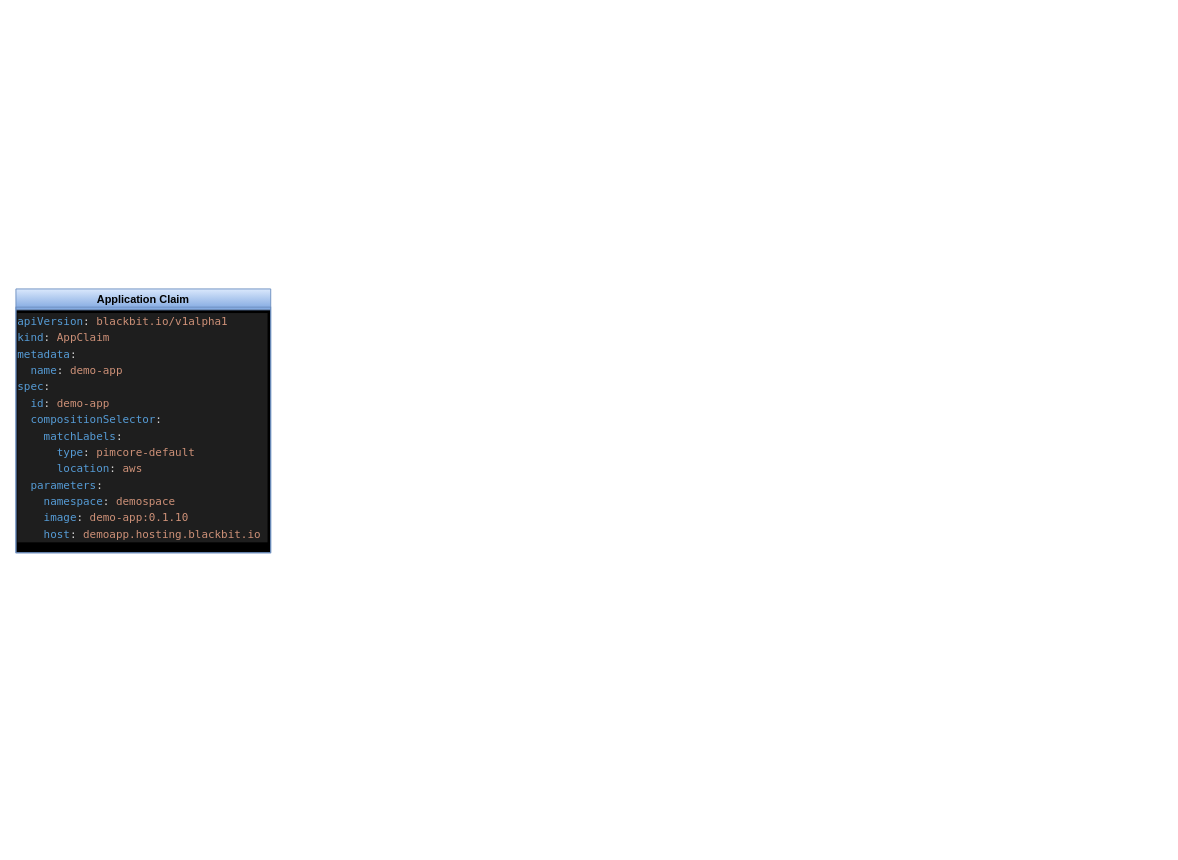
Above: CrossplaneCompositions.drawio in janfuchsmann/k8s-diagrams (draw.io), before the change. Source tidied: cells renumbered, new cells numbered last; positions are measured from the earlier drawing's top-left corner, leaving out a move shared by most shapes. Both pictures are drawn from the tidied source at 91%, with x=0, y=0 at pixel (15, 288).
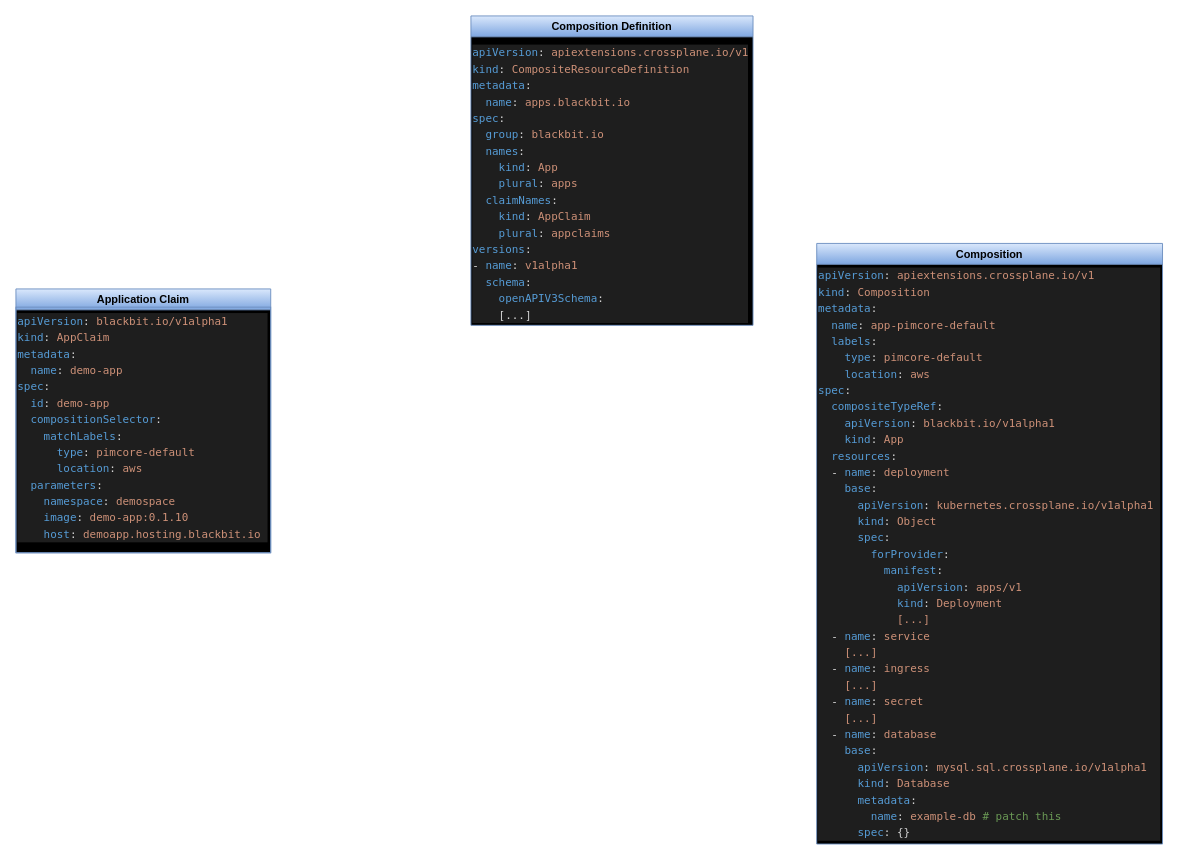
Above is the later version.

The edit, as a diff of the source:
```diff
@@
 <mxGraphModel>
   <root>
     <mxCell id="0" />
     <mxCell id="1" parent="0" />
     <mxCell id="2" value="Application Claim" style="swimlane;fillColor=#dae8fc;gradientColor=#7ea6e0;strokeColor=#6c8ebf;swimlaneFillColor=#000000;" parent="1" vertex="1">
       <mxGeometry width="280" height="290" as="geometry" />
     </mxCell>
     <mxCell id="3" value="&lt;div style=&quot;color: rgb(212, 212, 212); background-color: rgb(30, 30, 30); font-family: Menlo, Monaco, &amp;quot;Courier New&amp;quot;, monospace; font-weight: normal; font-size: 12px; line-height: 18px;&quot;&gt;&lt;div&gt;&lt;span style=&quot;color: #569cd6;&quot;&gt;apiVersion&lt;/span&gt;&lt;span style=&quot;color: #d4d4d4;&quot;&gt;: &lt;/span&gt;&lt;span style=&quot;color: #ce9178;&quot;&gt;blackbit.io/v1alpha1&lt;/span&gt;&lt;/div&gt;&lt;div&gt;&lt;span style=&quot;color: #569cd6;&quot;&gt;kind&lt;/span&gt;&lt;span style=&quot;color: #d4d4d4;&quot;&gt;: &lt;/span&gt;&lt;span style=&quot;color: #ce9178;&quot;&gt;AppClaim&lt;/span&gt;&lt;/div&gt;&lt;div&gt;&lt;span style=&quot;color: #569cd6;&quot;&gt;metadata&lt;/span&gt;&lt;span style=&quot;color: #d4d4d4;&quot;&gt;:&lt;/span&gt;&lt;/div&gt;&lt;div&gt;&lt;span style=&quot;color: #d4d4d4;&quot;&gt;&lt;/span&gt;&lt;span style=&quot;color: #569cd6;&quot;&gt;&amp;nbsp; name&lt;/span&gt;&lt;span style=&quot;color: #d4d4d4;&quot;&gt;: &lt;/span&gt;&lt;span style=&quot;color: #ce9178;&quot;&gt;demo-app&lt;/span&gt;&lt;/div&gt;&lt;div&gt;&lt;span style=&quot;color: #569cd6;&quot;&gt;spec&lt;/span&gt;&lt;span style=&quot;color: #d4d4d4;&quot;&gt;:&lt;/span&gt;&lt;/div&gt;&lt;div&gt;&lt;span style=&quot;color: #d4d4d4;&quot;&gt;&lt;/span&gt;&lt;span style=&quot;color: #569cd6;&quot;&gt;&amp;nbsp; id&lt;/span&gt;&lt;span style=&quot;color: #d4d4d4;&quot;&gt;: &lt;/span&gt;&lt;span style=&quot;color: #ce9178;&quot;&gt;demo-app&lt;/span&gt;&lt;/div&gt;&lt;div&gt;&lt;span style=&quot;color: #d4d4d4;&quot;&gt;&lt;/span&gt;&lt;span style=&quot;color: #569cd6;&quot;&gt;&amp;nbsp; compositionSelector&lt;/span&gt;&lt;span style=&quot;color: #d4d4d4;&quot;&gt;:&lt;/span&gt;&lt;/div&gt;&lt;div&gt;&lt;span style=&quot;color: #d4d4d4;&quot;&gt;&lt;/span&gt;&lt;span style=&quot;color: #569cd6;&quot;&gt;&amp;nbsp; &amp;nbsp; matchLabels&lt;/span&gt;&lt;span style=&quot;color: #d4d4d4;&quot;&gt;:&lt;/span&gt;&lt;/div&gt;&lt;div&gt;&lt;span style=&quot;color: #d4d4d4;&quot;&gt;&lt;/span&gt;&lt;span style=&quot;color: #569cd6;&quot;&gt;&amp;nbsp; &amp;nbsp; &amp;nbsp; type&lt;/span&gt;&lt;span style=&quot;color: #d4d4d4;&quot;&gt;: &lt;/span&gt;&lt;span style=&quot;color: #ce9178;&quot;&gt;pimcore-default&lt;/span&gt;&lt;/div&gt;&lt;div&gt;&lt;span style=&quot;color: #d4d4d4;&quot;&gt;&lt;/span&gt;&lt;span style=&quot;color: #569cd6;&quot;&gt;&amp;nbsp; &amp;nbsp; &amp;nbsp; location&lt;/span&gt;&lt;span style=&quot;color: #d4d4d4;&quot;&gt;: &lt;/span&gt;&lt;span style=&quot;color: #ce9178;&quot;&gt;aws&lt;/span&gt;&lt;/div&gt;&lt;div&gt;&lt;span style=&quot;color: #d4d4d4;&quot;&gt;&lt;/span&gt;&lt;span style=&quot;color: #569cd6;&quot;&gt;&amp;nbsp; parameters&lt;/span&gt;&lt;span style=&quot;color: #d4d4d4;&quot;&gt;:&lt;/span&gt;&lt;/div&gt;&lt;div&gt;&lt;span style=&quot;color: #d4d4d4;&quot;&gt;&lt;/span&gt;&lt;span style=&quot;color: #569cd6;&quot;&gt;&amp;nbsp; &amp;nbsp; namespace&lt;/span&gt;&lt;span style=&quot;color: #d4d4d4;&quot;&gt;: &lt;/span&gt;&lt;span style=&quot;color: #ce9178;&quot;&gt;demospace&lt;/span&gt;&lt;/div&gt;&lt;div&gt;&lt;span style=&quot;color: #d4d4d4;&quot;&gt;&lt;/span&gt;&lt;span style=&quot;color: #569cd6;&quot;&gt;&amp;nbsp; &amp;nbsp; image&lt;/span&gt;&lt;span style=&quot;color: #d4d4d4;&quot;&gt;: &lt;/span&gt;&lt;span style=&quot;color: #ce9178;&quot;&gt;demo-app:0.1.10&lt;/span&gt;&lt;/div&gt;&lt;div&gt;&lt;span style=&quot;color: #d4d4d4;&quot;&gt;&lt;/span&gt;&lt;span style=&quot;color: #569cd6;&quot;&gt;&amp;nbsp; &amp;nbsp; host&lt;/span&gt;&lt;span style=&quot;color: #d4d4d4;&quot;&gt;: &lt;/span&gt;&lt;span style=&quot;color: #ce9178;&quot;&gt;demoapp.hosting.blackbit.io&amp;nbsp;&lt;/span&gt;&lt;/div&gt;&lt;/div&gt;" style="text;whiteSpace=wrap;html=1;fillColor=none;gradientColor=#7ea6e0;strokeColor=#6c8ebf;" parent="2" vertex="1">
       <mxGeometry y="20" width="280" height="270" as="geometry" />
     </mxCell>
+    <mxCell id="4" value="Composition Definition" style="swimlane;fillColor=#dae8fc;gradientColor=#7ea6e0;strokeColor=#6c8ebf;swimlaneFillColor=#000000;" parent="1" vertex="1">
+      <mxGeometry x="500" y="-300" width="310" height="340" as="geometry" />
+    </mxCell>
+    <mxCell id="5" value="&lt;div style=&quot;color: rgb(212, 212, 212); background-color: rgb(30, 30, 30); font-family: Menlo, Monaco, &amp;quot;Courier New&amp;quot;, monospace; font-weight: normal; font-size: 12px; line-height: 18px;&quot;&gt;&lt;div&gt;&lt;span style=&quot;color: #569cd6;&quot;&gt;apiVersion&lt;/span&gt;&lt;span style=&quot;color: #d4d4d4;&quot;&gt;: &lt;/span&gt;&lt;span style=&quot;color: #ce9178;&quot;&gt;apiextensions.crossplane.io/v1&lt;/span&gt;&lt;/div&gt;&lt;div&gt;&lt;span style=&quot;color: #569cd6;&quot;&gt;kind&lt;/span&gt;&lt;span style=&quot;color: #d4d4d4;&quot;&gt;: &lt;/span&gt;&lt;span style=&quot;color: #ce9178;&quot;&gt;CompositeResourceDefinition&lt;/span&gt;&lt;/div&gt;&lt;div&gt;&lt;span style=&quot;color: #569cd6;&quot;&gt;metadata&lt;/span&gt;&lt;span style=&quot;color: #d4d4d4;&quot;&gt;:&lt;/span&gt;&lt;/div&gt;&lt;div&gt;&lt;span style=&quot;color: #d4d4d4;&quot;&gt;&lt;/span&gt;&lt;span style=&quot;color: #569cd6;&quot;&gt;&amp;nbsp; name&lt;/span&gt;&lt;span style=&quot;color: #d4d4d4;&quot;&gt;: &lt;/span&gt;&lt;span style=&quot;color: #ce9178;&quot;&gt;apps.blackbit.io&lt;/span&gt;&lt;/div&gt;&lt;div&gt;&lt;span style=&quot;color: #569cd6;&quot;&gt;spec&lt;/span&gt;&lt;span style=&quot;color: #d4d4d4;&quot;&gt;:&lt;/span&gt;&lt;/div&gt;&lt;div&gt;&lt;span style=&quot;color: #d4d4d4;&quot;&gt;&lt;/span&gt;&lt;span style=&quot;color: #569cd6;&quot;&gt;&amp;nbsp;&amp;nbsp;&lt;/span&gt;&lt;span style=&quot;color: rgb(86, 156, 214);&quot;&gt;group&lt;/span&gt;: &lt;span style=&quot;color: rgb(206, 145, 120);&quot;&gt;blackbit.io&lt;/span&gt;&lt;/div&gt;&lt;div&gt;&lt;span style=&quot;color: #d4d4d4;&quot;&gt;&lt;/span&gt;&lt;span style=&quot;color: #569cd6;&quot;&gt;&amp;nbsp; names&lt;/span&gt;&lt;span style=&quot;color: #d4d4d4;&quot;&gt;:&lt;/span&gt;&lt;/div&gt;&lt;div&gt;&lt;span style=&quot;color: #d4d4d4;&quot;&gt;&lt;/span&gt;&lt;span style=&quot;color: #569cd6;&quot;&gt;&amp;nbsp; &amp;nbsp; kind&lt;/span&gt;&lt;span style=&quot;color: #d4d4d4;&quot;&gt;: &lt;/span&gt;&lt;span style=&quot;color: #ce9178;&quot;&gt;App&lt;/span&gt;&lt;/div&gt;&lt;div&gt;&lt;span style=&quot;color: #d4d4d4;&quot;&gt;&lt;/span&gt;&lt;span style=&quot;color: #569cd6;&quot;&gt;&amp;nbsp; &amp;nbsp; plural&lt;/span&gt;&lt;span style=&quot;color: #d4d4d4;&quot;&gt;: &lt;/span&gt;&lt;span style=&quot;color: #ce9178;&quot;&gt;apps&lt;/span&gt;&lt;/div&gt;&lt;div&gt;&lt;span style=&quot;color: #d4d4d4;&quot;&gt;&lt;/span&gt;&lt;span style=&quot;color: #569cd6;&quot;&gt;&amp;nbsp; claimNames&lt;/span&gt;&lt;span style=&quot;color: #d4d4d4;&quot;&gt;:&lt;/span&gt;&lt;/div&gt;&lt;div&gt;&lt;span style=&quot;color: #d4d4d4;&quot;&gt;&lt;/span&gt;&lt;span style=&quot;color: #569cd6;&quot;&gt;&amp;nbsp; &amp;nbsp; kind&lt;/span&gt;&lt;span style=&quot;color: #d4d4d4;&quot;&gt;: &lt;/span&gt;&lt;span style=&quot;color: #ce9178;&quot;&gt;AppClaim&lt;/span&gt;&lt;/div&gt;&lt;div&gt;&lt;span style=&quot;color: #d4d4d4;&quot;&gt;&lt;/span&gt;&lt;span style=&quot;color: #569cd6;&quot;&gt;&amp;nbsp; &amp;nbsp; plural&lt;/span&gt;&lt;span style=&quot;color: #d4d4d4;&quot;&gt;: &lt;/span&gt;&lt;span style=&quot;color: #ce9178;&quot;&gt;appclaims&lt;/span&gt;&lt;/div&gt;&lt;div&gt;&lt;span style=&quot;color: #d4d4d4;&quot;&gt;  &lt;/span&gt;&lt;span style=&quot;color: #569cd6;&quot;&gt;versions&lt;/span&gt;&lt;span style=&quot;color: #d4d4d4;&quot;&gt;:&lt;/span&gt;&lt;/div&gt;&lt;div&gt;&lt;span style=&quot;color: #d4d4d4;&quot;&gt;  - &lt;/span&gt;&lt;span style=&quot;color: #569cd6;&quot;&gt;name&lt;/span&gt;&lt;span style=&quot;color: #d4d4d4;&quot;&gt;: &lt;/span&gt;&lt;span style=&quot;color: #ce9178;&quot;&gt;v1alpha1&lt;/span&gt;&lt;/div&gt;&lt;div&gt;&lt;span style=&quot;color: rgb(86, 156, 214);&quot;&gt;&amp;nbsp; schema&lt;/span&gt;:&lt;br&gt;&lt;span style=&quot;color: #d4d4d4;&quot;&gt;&lt;/span&gt;&lt;/div&gt;&lt;div&gt;&lt;span style=&quot;color: #d4d4d4;&quot;&gt;&lt;/span&gt;&lt;span style=&quot;color: #569cd6;&quot;&gt;&amp;nbsp; &amp;nbsp; openAPIV3Schema&lt;/span&gt;&lt;span style=&quot;color: #d4d4d4;&quot;&gt;:&lt;/span&gt;&lt;/div&gt;&lt;div&gt;&lt;span style=&quot;color: #d4d4d4;&quot;&gt;&amp;nbsp; &amp;nbsp; [...]&lt;/span&gt;&lt;/div&gt;&lt;/div&gt;" style="text;whiteSpace=wrap;html=1;" parent="4" vertex="1">
+      <mxGeometry y="25" width="310" height="315" as="geometry" />
+    </mxCell>
+    <mxCell id="6" value="Composition" style="swimlane;fillColor=#dae8fc;gradientColor=#7ea6e0;strokeColor=#6c8ebf;swimlaneFillColor=#000000;" parent="1" vertex="1">
+      <mxGeometry x="880" y="-50" width="380" height="660" as="geometry" />
+    </mxCell>
+    <mxCell id="7" value="&lt;div style=&quot;color: rgb(212, 212, 212); background-color: rgb(30, 30, 30); font-family: Menlo, Monaco, &amp;quot;Courier New&amp;quot;, monospace; font-weight: normal; font-size: 12px; line-height: 18px;&quot;&gt;&lt;div&gt;&lt;span style=&quot;color: #569cd6;&quot;&gt;apiVersion&lt;/span&gt;&lt;span style=&quot;color: #d4d4d4;&quot;&gt;: &lt;/span&gt;&lt;span style=&quot;color: #ce9178;&quot;&gt;apiextensions.crossplane.io/v1&lt;/span&gt;&lt;/div&gt;&lt;div&gt;&lt;span style=&quot;color: #569cd6;&quot;&gt;kind&lt;/span&gt;&lt;span style=&quot;color: #d4d4d4;&quot;&gt;: &lt;/span&gt;&lt;span style=&quot;color: #ce9178;&quot;&gt;Composition&lt;/span&gt;&lt;/div&gt;&lt;div&gt;&lt;span style=&quot;color: #569cd6;&quot;&gt;metadata&lt;/span&gt;&lt;span style=&quot;color: #d4d4d4;&quot;&gt;:&lt;/span&gt;&lt;/div&gt;&lt;div&gt;&lt;span style=&quot;color: #d4d4d4;&quot;&gt;&lt;/span&gt;&lt;span style=&quot;color: #569cd6;&quot;&gt;&amp;nbsp; name&lt;/span&gt;&lt;span style=&quot;color: #d4d4d4;&quot;&gt;: &lt;/span&gt;&lt;span style=&quot;color: #ce9178;&quot;&gt;app-pimcore-default&lt;/span&gt;&lt;/div&gt;&lt;div&gt;&lt;span style=&quot;color: #d4d4d4;&quot;&gt;&lt;/span&gt;&lt;span style=&quot;color: #569cd6;&quot;&gt;&amp;nbsp; labels&lt;/span&gt;&lt;span style=&quot;color: #d4d4d4;&quot;&gt;:&lt;/span&gt;&lt;/div&gt;&lt;div&gt;&lt;span style=&quot;color: #d4d4d4;&quot;&gt;&lt;/span&gt;&lt;span style=&quot;color: #569cd6;&quot;&gt;&amp;nbsp; &amp;nbsp; type&lt;/span&gt;&lt;span style=&quot;color: #d4d4d4;&quot;&gt;: &lt;/span&gt;&lt;span style=&quot;color: #ce9178;&quot;&gt;pimcore-default&lt;/span&gt;&lt;/div&gt;&lt;div&gt;&lt;span style=&quot;color: #d4d4d4;&quot;&gt;&lt;/span&gt;&lt;span style=&quot;color: #569cd6;&quot;&gt;&amp;nbsp; &amp;nbsp; location&lt;/span&gt;&lt;span style=&quot;color: #d4d4d4;&quot;&gt;: &lt;/span&gt;&lt;span style=&quot;color: #ce9178;&quot;&gt;aws&lt;/span&gt;&lt;/div&gt;&lt;div&gt;&lt;span style=&quot;color: #569cd6;&quot;&gt;spec&lt;/span&gt;&lt;span style=&quot;color: #d4d4d4;&quot;&gt;:&lt;/span&gt;&lt;/div&gt;&lt;div&gt;&lt;span style=&quot;color: #d4d4d4;&quot;&gt;&lt;/span&gt;&lt;span style=&quot;color: #569cd6;&quot;&gt;&amp;nbsp; compositeTypeRef&lt;/span&gt;&lt;span style=&quot;color: #d4d4d4;&quot;&gt;:&lt;/span&gt;&lt;/div&gt;&lt;div&gt;&lt;span style=&quot;color: #d4d4d4;&quot;&gt;&lt;/span&gt;&lt;span style=&quot;color: #569cd6;&quot;&gt;&amp;nbsp; &amp;nbsp; apiVersion&lt;/span&gt;&lt;span style=&quot;color: #d4d4d4;&quot;&gt;: &lt;/span&gt;&lt;span style=&quot;color: #ce9178;&quot;&gt;blackbit.io/v1alpha1&lt;/span&gt;&lt;/div&gt;&lt;div&gt;&lt;span style=&quot;color: #d4d4d4;&quot;&gt;&lt;/span&gt;&lt;span style=&quot;color: #569cd6;&quot;&gt;&amp;nbsp; &amp;nbsp; kind&lt;/span&gt;&lt;span style=&quot;color: #d4d4d4;&quot;&gt;: &lt;/span&gt;&lt;span style=&quot;color: #ce9178;&quot;&gt;App&lt;/span&gt;&lt;/div&gt;&lt;div&gt;&lt;span style=&quot;color: rgb(86, 156, 214);&quot;&gt;&amp;nbsp; resources&lt;/span&gt;:&lt;br&gt;&lt;/div&gt;&lt;div&gt;&lt;span style=&quot;color: #d4d4d4;&quot;&gt;&amp;nbsp; - &lt;/span&gt;&lt;span style=&quot;color: #569cd6;&quot;&gt;name&lt;/span&gt;&lt;span style=&quot;color: #d4d4d4;&quot;&gt;: &lt;/span&gt;&lt;span style=&quot;color: #ce9178;&quot;&gt;deployment&lt;/span&gt;&lt;/div&gt;&lt;div&gt;&lt;div style=&quot;line-height: 18px;&quot;&gt;&lt;div&gt;&lt;span style=&quot;color: #569cd6;&quot;&gt;&amp;nbsp; &amp;nbsp; base&lt;/span&gt;:&lt;/div&gt;&lt;div&gt;&lt;span style=&quot;color: #569cd6;&quot;&gt;&amp;nbsp; &amp;nbsp; &amp;nbsp; apiVersion&lt;/span&gt;: &lt;span style=&quot;color: #ce9178;&quot;&gt;kubernetes.crossplane.io/v1alpha1&amp;nbsp;&lt;/span&gt;&lt;/div&gt;&lt;div&gt;&lt;span style=&quot;color: #569cd6;&quot;&gt;&amp;nbsp; &amp;nbsp; &amp;nbsp; kind&lt;/span&gt;: &lt;span style=&quot;color: #ce9178;&quot;&gt;Object&lt;/span&gt;&lt;/div&gt;&lt;div&gt;&lt;span style=&quot;color: #569cd6;&quot;&gt;&amp;nbsp; &amp;nbsp; &amp;nbsp; spec&lt;/span&gt;:&lt;/div&gt;&lt;div&gt;&lt;span style=&quot;color: #569cd6;&quot;&gt;&amp;nbsp; &amp;nbsp; &amp;nbsp; &amp;nbsp; forProvider&lt;/span&gt;:&lt;/div&gt;&lt;div&gt;&lt;span style=&quot;color: #569cd6;&quot;&gt;&amp;nbsp; &amp;nbsp; &amp;nbsp; &amp;nbsp; &amp;nbsp; manifest&lt;/span&gt;:&lt;/div&gt;&lt;div&gt;&lt;span style=&quot;color: #569cd6;&quot;&gt;&amp;nbsp; &amp;nbsp; &amp;nbsp; &amp;nbsp; &amp;nbsp; &amp;nbsp; apiVersion&lt;/span&gt;: &lt;span style=&quot;color: #ce9178;&quot;&gt;apps/v1&lt;/span&gt;&lt;/div&gt;&lt;div&gt;&lt;span style=&quot;color: #569cd6;&quot;&gt;&amp;nbsp; &amp;nbsp; &amp;nbsp; &amp;nbsp; &amp;nbsp; &amp;nbsp; kind&lt;/span&gt;: &lt;span style=&quot;color: #ce9178;&quot;&gt;Deployment&lt;/span&gt;&lt;/div&gt;&lt;div&gt;&lt;span style=&quot;color: #ce9178;&quot;&gt;&amp;nbsp; &amp;nbsp; &amp;nbsp; &amp;nbsp; &amp;nbsp; &amp;nbsp; [...]&lt;/span&gt;&lt;/div&gt;&lt;div&gt;&lt;div style=&quot;line-height: 18px;&quot;&gt;&amp;nbsp; - &lt;span style=&quot;color: #569cd6;&quot;&gt;name&lt;/span&gt;: &lt;span style=&quot;color: #ce9178;&quot;&gt;service&lt;/span&gt;&lt;/div&gt;&lt;/div&gt;&lt;div style=&quot;line-height: 18px;&quot;&gt;&lt;span style=&quot;color: #ce9178;&quot;&gt;&amp;nbsp; &amp;nbsp; [...]&lt;/span&gt;&lt;/div&gt;&lt;div style=&quot;line-height: 18px;&quot;&gt;&lt;div style=&quot;line-height: 18px;&quot;&gt;&amp;nbsp; - &lt;span style=&quot;color: #569cd6;&quot;&gt;name&lt;/span&gt;: &lt;span style=&quot;color: #ce9178;&quot;&gt;ingress&lt;/span&gt;&lt;/div&gt;&lt;div style=&quot;line-height: 18px;&quot;&gt;&lt;span style=&quot;color: #ce9178;&quot;&gt;&amp;nbsp; &amp;nbsp; [...]&lt;/span&gt;&lt;/div&gt;&lt;div style=&quot;line-height: 18px;&quot;&gt;&lt;div style=&quot;line-height: 18px;&quot;&gt;&amp;nbsp; - &lt;span style=&quot;color: #569cd6;&quot;&gt;name&lt;/span&gt;: &lt;span style=&quot;color: #ce9178;&quot;&gt;secret&lt;/span&gt;&lt;/div&gt;&lt;div style=&quot;line-height: 18px;&quot;&gt;&lt;span style=&quot;color: #ce9178;&quot;&gt;&amp;nbsp; &amp;nbsp; [...]&lt;/span&gt;&lt;/div&gt;&lt;div style=&quot;line-height: 18px;&quot;&gt;&lt;div style=&quot;line-height: 18px;&quot;&gt;&lt;div&gt;&amp;nbsp; - &lt;span style=&quot;color: #569cd6;&quot;&gt;name&lt;/span&gt;: &lt;span style=&quot;color: #ce9178;&quot;&gt;database&lt;/span&gt;&lt;/div&gt;&lt;div&gt;&lt;span style=&quot;color: #569cd6;&quot;&gt;&amp;nbsp; &amp;nbsp; base&lt;/span&gt;:&lt;/div&gt;&lt;div&gt;&lt;span style=&quot;color: #569cd6;&quot;&gt;&amp;nbsp; &amp;nbsp; &amp;nbsp; apiVersion&lt;/span&gt;: &lt;span style=&quot;color: #ce9178;&quot;&gt;mysql.sql.crossplane.io/v1alpha1&lt;/span&gt;&lt;/div&gt;&lt;div&gt;&lt;span style=&quot;color: #569cd6;&quot;&gt;&amp;nbsp; &amp;nbsp; &amp;nbsp; kind&lt;/span&gt;: &lt;span style=&quot;color: #ce9178;&quot;&gt;Database&lt;/span&gt;&lt;/div&gt;&lt;div&gt;&lt;span style=&quot;color: #569cd6;&quot;&gt;&amp;nbsp; &amp;nbsp; &amp;nbsp; metadata&lt;/span&gt;:&lt;/div&gt;&lt;div&gt;&lt;span style=&quot;color: #569cd6;&quot;&gt;&amp;nbsp; &amp;nbsp; &amp;nbsp; &amp;nbsp; name&lt;/span&gt;: &lt;span style=&quot;color: #ce9178;&quot;&gt;example-db&lt;/span&gt; &lt;span style=&quot;color: #6a9955;&quot;&gt;# patch this&lt;/span&gt;&lt;/div&gt;&lt;div&gt;&lt;span style=&quot;color: #569cd6;&quot;&gt;&amp;nbsp; &amp;nbsp; &amp;nbsp; spec&lt;/span&gt;: {}&lt;/div&gt;&lt;/div&gt;&lt;/div&gt;&lt;/div&gt;&lt;/div&gt;&lt;/div&gt;&lt;/div&gt;&lt;/div&gt;" style="text;whiteSpace=wrap;html=1;" parent="6" vertex="1">
+      <mxGeometry y="20" width="380" height="640" as="geometry" />
+    </mxCell>
   </root>
 </mxGraphModel>
```
